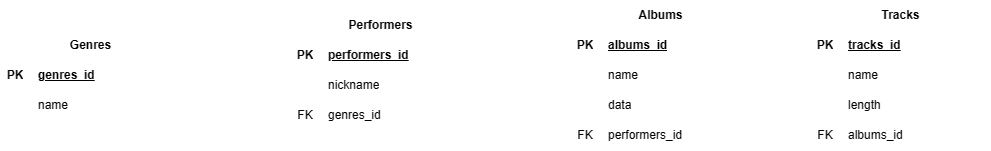
Before: Diagramm.drawio.png, a diagram exported from draw.io (SEREGA4332/DZ). Source tidied: cells renumbered, new cells last; positions are measured from the earlier drawing's top-left corner, leaving out a move shared by most shapes.
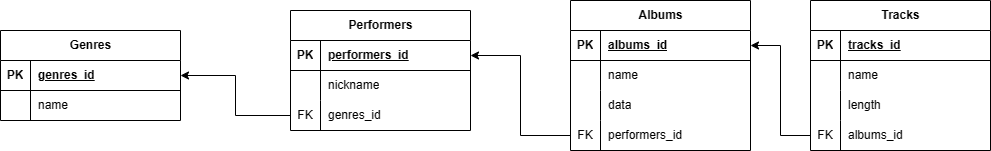
The same file after the commit.

Change to the diagram source:
```diff
@@ -2,142 +2,142 @@
   <root>
     <mxCell id="0" />
     <mxCell id="1" parent="0" />
-    <mxCell id="2" value="Genres" style="shape=table;startSize=30;rowLines=0;fontStyle=1;align=center;html=1;strokeColor=#FFFFFF;" parent="1" vertex="1">
+    <mxCell id="2" value="Genres" style="shape=table;startSize=30;rowLines=0;fontStyle=1;align=center;html=1;strokeColor=#000000;" parent="1" vertex="1">
       <mxGeometry y="30" width="180" height="90" as="geometry" />
     </mxCell>
-    <mxCell id="3" style="shape=tableRow;horizontal=0;startSize=0;swimlaneHead=0;swimlaneBody=0;fillColor=none;points=[[0,0.5],[1,0.5]];portConstraint=eastwest;top=0;left=0;right=0;bottom=1;strokeColor=#FFFFFF;" parent="2" vertex="1">
+    <mxCell id="3" style="shape=tableRow;horizontal=0;startSize=0;swimlaneHead=0;swimlaneBody=0;fillColor=none;points=[[0,0.5],[1,0.5]];portConstraint=eastwest;top=0;left=0;right=0;bottom=1;strokeColor=#000000;" parent="2" vertex="1">
       <mxGeometry y="30" width="180" height="30" as="geometry" />
     </mxCell>
-    <mxCell id="4" value="PK" style="shape=partialRectangle;fillColor=none;top=0;left=0;bottom=0;right=0;fontStyle=1;overflow=hidden;whiteSpace=wrap;html=1;strokeColor=#FFFFFF;" parent="3" vertex="1">
+    <mxCell id="4" value="PK" style="shape=partialRectangle;fillColor=none;top=0;left=0;bottom=0;right=0;fontStyle=1;overflow=hidden;whiteSpace=wrap;html=1;strokeColor=#000000;" parent="3" vertex="1">
       <mxGeometry width="30" height="30" as="geometry" />
     </mxCell>
-    <mxCell id="5" value="genres_id" style="shape=partialRectangle;fillColor=none;top=0;left=0;bottom=0;right=0;align=left;spacingLeft=6;fontStyle=5;overflow=hidden;whiteSpace=wrap;html=1;strokeColor=#FFFFFF;" parent="3" vertex="1">
+    <mxCell id="5" value="genres_id" style="shape=partialRectangle;fillColor=none;top=0;left=0;bottom=0;right=0;align=left;spacingLeft=6;fontStyle=5;overflow=hidden;whiteSpace=wrap;html=1;strokeColor=#000000;" parent="3" vertex="1">
       <mxGeometry x="30" width="150" height="30" as="geometry" />
     </mxCell>
-    <mxCell id="6" style="shape=tableRow;horizontal=0;startSize=0;swimlaneHead=0;swimlaneBody=0;fillColor=none;top=0;left=0;right=0;bottom=0;strokeColor=#FFFFFF;" parent="2" vertex="1">
+    <mxCell id="6" style="shape=tableRow;horizontal=0;startSize=0;swimlaneHead=0;swimlaneBody=0;fillColor=none;top=0;left=0;right=0;bottom=0;strokeColor=#000000;" parent="2" vertex="1">
       <mxGeometry y="60" width="180" height="30" as="geometry" />
     </mxCell>
-    <mxCell id="7" style="shape=partialRectangle;fillColor=none;top=0;left=0;bottom=0;right=0;overflow=hidden;whiteSpace=wrap;html=1;strokeColor=#FFFFFF;" parent="6" vertex="1">
+    <mxCell id="7" style="shape=partialRectangle;fillColor=none;top=0;left=0;bottom=0;right=0;overflow=hidden;whiteSpace=wrap;html=1;strokeColor=#000000;" parent="6" vertex="1">
       <mxGeometry width="30" height="30" as="geometry" />
     </mxCell>
-    <mxCell id="8" value="name" style="shape=partialRectangle;fillColor=none;top=0;left=0;bottom=0;right=0;align=left;spacingLeft=6;overflow=hidden;whiteSpace=wrap;html=1;strokeColor=#FFFFFF;" parent="6" vertex="1">
+    <mxCell id="8" value="name" style="shape=partialRectangle;fillColor=none;top=0;left=0;bottom=0;right=0;align=left;spacingLeft=6;overflow=hidden;whiteSpace=wrap;html=1;strokeColor=#000000;" parent="6" vertex="1">
       <mxGeometry x="30" width="150" height="30" as="geometry" />
     </mxCell>
-    <mxCell id="9" value="Performers" style="shape=table;startSize=30;rowLines=0;fontStyle=1;align=center;html=1;strokeColor=#FFFFFF;" parent="1" vertex="1">
+    <mxCell id="9" value="Performers" style="shape=table;startSize=30;rowLines=0;fontStyle=1;align=center;html=1;strokeColor=#000000;" parent="1" vertex="1">
       <mxGeometry x="290" y="10" width="180" height="120" as="geometry" />
     </mxCell>
-    <mxCell id="10" style="shape=tableRow;horizontal=0;startSize=0;swimlaneHead=0;swimlaneBody=0;fillColor=none;points=[[0,0.5],[1,0.5]];portConstraint=eastwest;top=0;left=0;right=0;bottom=1;strokeColor=#FFFFFF;" parent="9" vertex="1">
+    <mxCell id="10" style="shape=tableRow;horizontal=0;startSize=0;swimlaneHead=0;swimlaneBody=0;fillColor=none;points=[[0,0.5],[1,0.5]];portConstraint=eastwest;top=0;left=0;right=0;bottom=1;strokeColor=#000000;" parent="9" vertex="1">
       <mxGeometry y="30" width="180" height="30" as="geometry" />
     </mxCell>
-    <mxCell id="11" value="PK" style="shape=partialRectangle;fillColor=none;top=0;left=0;bottom=0;right=0;fontStyle=1;overflow=hidden;whiteSpace=wrap;html=1;strokeColor=#FFFFFF;" parent="10" vertex="1">
+    <mxCell id="11" value="PK" style="shape=partialRectangle;fillColor=none;top=0;left=0;bottom=0;right=0;fontStyle=1;overflow=hidden;whiteSpace=wrap;html=1;strokeColor=#000000;" parent="10" vertex="1">
       <mxGeometry width="30" height="30" as="geometry" />
     </mxCell>
-    <mxCell id="12" value="performers_id" style="shape=partialRectangle;fillColor=none;top=0;left=0;bottom=0;right=0;align=left;spacingLeft=6;fontStyle=5;overflow=hidden;whiteSpace=wrap;html=1;strokeColor=#FFFFFF;" parent="10" vertex="1">
+    <mxCell id="12" value="performers_id" style="shape=partialRectangle;fillColor=none;top=0;left=0;bottom=0;right=0;align=left;spacingLeft=6;fontStyle=5;overflow=hidden;whiteSpace=wrap;html=1;strokeColor=#000000;" parent="10" vertex="1">
       <mxGeometry x="30" width="150" height="30" as="geometry" />
     </mxCell>
-    <mxCell id="13" style="shape=tableRow;horizontal=0;startSize=0;swimlaneHead=0;swimlaneBody=0;fillColor=none;top=0;left=0;right=0;bottom=0;strokeColor=#FFFFFF;" parent="9" vertex="1">
+    <mxCell id="13" style="shape=tableRow;horizontal=0;startSize=0;swimlaneHead=0;swimlaneBody=0;fillColor=none;top=0;left=0;right=0;bottom=0;strokeColor=#000000;" parent="9" vertex="1">
       <mxGeometry y="60" width="180" height="30" as="geometry" />
     </mxCell>
-    <mxCell id="14" style="shape=partialRectangle;fillColor=none;top=0;left=0;bottom=0;right=0;overflow=hidden;whiteSpace=wrap;html=1;strokeColor=#FFFFFF;" parent="13" vertex="1">
+    <mxCell id="14" style="shape=partialRectangle;fillColor=none;top=0;left=0;bottom=0;right=0;overflow=hidden;whiteSpace=wrap;html=1;strokeColor=#000000;" parent="13" vertex="1">
       <mxGeometry width="30" height="30" as="geometry" />
     </mxCell>
-    <mxCell id="15" value="nickname" style="shape=partialRectangle;fillColor=none;top=0;left=0;bottom=0;right=0;align=left;spacingLeft=6;overflow=hidden;whiteSpace=wrap;html=1;strokeColor=#FFFFFF;" parent="13" vertex="1">
+    <mxCell id="15" value="nickname" style="shape=partialRectangle;fillColor=none;top=0;left=0;bottom=0;right=0;align=left;spacingLeft=6;overflow=hidden;whiteSpace=wrap;html=1;strokeColor=#000000;" parent="13" vertex="1">
       <mxGeometry x="30" width="150" height="30" as="geometry" />
     </mxCell>
-    <mxCell id="16" style="shape=tableRow;horizontal=0;startSize=0;swimlaneHead=0;swimlaneBody=0;fillColor=none;points=[[0,0.5],[1,0.5]];portConstraint=eastwest;top=0;left=0;right=0;bottom=0;strokeColor=#FFFFFF;" parent="9" vertex="1">
+    <mxCell id="16" style="shape=tableRow;horizontal=0;startSize=0;swimlaneHead=0;swimlaneBody=0;fillColor=none;points=[[0,0.5],[1,0.5]];portConstraint=eastwest;top=0;left=0;right=0;bottom=0;strokeColor=#000000;" parent="9" vertex="1">
       <mxGeometry y="90" width="180" height="30" as="geometry" />
     </mxCell>
-    <mxCell id="17" value="FK" style="shape=partialRectangle;fillColor=none;top=0;left=0;bottom=0;right=0;overflow=hidden;whiteSpace=wrap;html=1;strokeColor=#FFFFFF;" parent="16" vertex="1">
+    <mxCell id="17" value="FK" style="shape=partialRectangle;fillColor=none;top=0;left=0;bottom=0;right=0;overflow=hidden;whiteSpace=wrap;html=1;strokeColor=#000000;" parent="16" vertex="1">
       <mxGeometry width="30" height="30" as="geometry" />
     </mxCell>
-    <mxCell id="18" value="genres_id" style="shape=partialRectangle;fillColor=none;top=0;left=0;bottom=0;right=0;align=left;spacingLeft=6;overflow=hidden;whiteSpace=wrap;html=1;strokeColor=#FFFFFF;" parent="16" vertex="1">
+    <mxCell id="18" value="genres_id" style="shape=partialRectangle;fillColor=none;top=0;left=0;bottom=0;right=0;align=left;spacingLeft=6;overflow=hidden;whiteSpace=wrap;html=1;strokeColor=#000000;" parent="16" vertex="1">
       <mxGeometry x="30" width="150" height="30" as="geometry" />
     </mxCell>
-    <mxCell id="19" style="edgeStyle=orthogonalEdgeStyle;rounded=0;jettySize=auto;html=1;exitX=0;exitY=0.5;exitDx=0;exitDy=0;strokeColor=#FFFFFF;" parent="1" edge="1" source="16" target="3">
+    <mxCell id="19" style="edgeStyle=orthogonalEdgeStyle;rounded=0;jettySize=auto;html=1;exitX=0;exitY=0.5;exitDx=0;exitDy=0;strokeColor=#000000;" parent="1" edge="1" source="16" target="3">
       <mxGeometry relative="1" as="geometry" />
     </mxCell>
-    <mxCell id="20" value="Albums" style="shape=table;startSize=30;rowLines=0;fontStyle=1;align=center;html=1;strokeColor=#FFFFFF;" parent="1" vertex="1">
+    <mxCell id="20" value="Albums" style="shape=table;startSize=30;rowLines=0;fontStyle=1;align=center;html=1;strokeColor=#000000;" parent="1" vertex="1">
       <mxGeometry x="570" width="180" height="150" as="geometry" />
     </mxCell>
-    <mxCell id="21" style="shape=tableRow;horizontal=0;startSize=0;swimlaneHead=0;swimlaneBody=0;fillColor=none;points=[[0,0.5],[1,0.5]];portConstraint=eastwest;top=0;left=0;right=0;bottom=1;strokeColor=#FFFFFF;" parent="20" vertex="1">
+    <mxCell id="21" style="shape=tableRow;horizontal=0;startSize=0;swimlaneHead=0;swimlaneBody=0;fillColor=none;points=[[0,0.5],[1,0.5]];portConstraint=eastwest;top=0;left=0;right=0;bottom=1;strokeColor=#000000;" parent="20" vertex="1">
       <mxGeometry y="30" width="180" height="30" as="geometry" />
     </mxCell>
-    <mxCell id="22" value="PK" style="shape=partialRectangle;fillColor=none;top=0;left=0;bottom=0;right=0;fontStyle=1;overflow=hidden;whiteSpace=wrap;html=1;strokeColor=#FFFFFF;" parent="21" vertex="1">
+    <mxCell id="22" value="PK" style="shape=partialRectangle;fillColor=none;top=0;left=0;bottom=0;right=0;fontStyle=1;overflow=hidden;whiteSpace=wrap;html=1;strokeColor=#000000;" parent="21" vertex="1">
       <mxGeometry width="30" height="30" as="geometry" />
     </mxCell>
-    <mxCell id="23" value="albums_id" style="shape=partialRectangle;fillColor=none;top=0;left=0;bottom=0;right=0;align=left;spacingLeft=6;fontStyle=5;overflow=hidden;whiteSpace=wrap;html=1;strokeColor=#FFFFFF;" parent="21" vertex="1">
+    <mxCell id="23" value="albums_id" style="shape=partialRectangle;fillColor=none;top=0;left=0;bottom=0;right=0;align=left;spacingLeft=6;fontStyle=5;overflow=hidden;whiteSpace=wrap;html=1;strokeColor=#000000;" parent="21" vertex="1">
       <mxGeometry x="30" width="150" height="30" as="geometry" />
     </mxCell>
-    <mxCell id="24" style="shape=tableRow;horizontal=0;startSize=0;swimlaneHead=0;swimlaneBody=0;fillColor=none;top=0;left=0;right=0;bottom=0;strokeColor=#FFFFFF;" parent="20" vertex="1">
+    <mxCell id="24" style="shape=tableRow;horizontal=0;startSize=0;swimlaneHead=0;swimlaneBody=0;fillColor=none;top=0;left=0;right=0;bottom=0;strokeColor=#000000;" parent="20" vertex="1">
       <mxGeometry y="60" width="180" height="30" as="geometry" />
     </mxCell>
-    <mxCell id="25" style="shape=partialRectangle;fillColor=none;top=0;left=0;bottom=0;right=0;overflow=hidden;whiteSpace=wrap;html=1;strokeColor=#FFFFFF;" parent="24" vertex="1">
+    <mxCell id="25" style="shape=partialRectangle;fillColor=none;top=0;left=0;bottom=0;right=0;overflow=hidden;whiteSpace=wrap;html=1;strokeColor=#000000;" parent="24" vertex="1">
       <mxGeometry width="30" height="30" as="geometry" />
     </mxCell>
-    <mxCell id="26" value="name" style="shape=partialRectangle;fillColor=none;top=0;left=0;bottom=0;right=0;align=left;spacingLeft=6;overflow=hidden;whiteSpace=wrap;html=1;strokeColor=#FFFFFF;" parent="24" vertex="1">
+    <mxCell id="26" value="name" style="shape=partialRectangle;fillColor=none;top=0;left=0;bottom=0;right=0;align=left;spacingLeft=6;overflow=hidden;whiteSpace=wrap;html=1;strokeColor=#000000;" parent="24" vertex="1">
       <mxGeometry x="30" width="150" height="30" as="geometry" />
     </mxCell>
-    <mxCell id="27" style="shape=tableRow;horizontal=0;startSize=0;swimlaneHead=0;swimlaneBody=0;fillColor=none;top=0;left=0;right=0;bottom=0;strokeColor=#FFFFFF;" parent="20" vertex="1">
+    <mxCell id="27" style="shape=tableRow;horizontal=0;startSize=0;swimlaneHead=0;swimlaneBody=0;fillColor=none;top=0;left=0;right=0;bottom=0;strokeColor=#000000;" parent="20" vertex="1">
       <mxGeometry y="90" width="180" height="30" as="geometry" />
     </mxCell>
-    <mxCell id="28" style="shape=partialRectangle;fillColor=none;top=0;left=0;bottom=0;right=0;overflow=hidden;whiteSpace=wrap;html=1;strokeColor=#FFFFFF;" parent="27" vertex="1">
+    <mxCell id="28" style="shape=partialRectangle;fillColor=none;top=0;left=0;bottom=0;right=0;overflow=hidden;whiteSpace=wrap;html=1;strokeColor=#000000;" parent="27" vertex="1">
       <mxGeometry width="30" height="30" as="geometry" />
     </mxCell>
-    <mxCell id="29" value="data" style="shape=partialRectangle;fillColor=none;top=0;left=0;bottom=0;right=0;align=left;spacingLeft=6;overflow=hidden;whiteSpace=wrap;html=1;strokeColor=#FFFFFF;" parent="27" vertex="1">
+    <mxCell id="29" value="data" style="shape=partialRectangle;fillColor=none;top=0;left=0;bottom=0;right=0;align=left;spacingLeft=6;overflow=hidden;whiteSpace=wrap;html=1;strokeColor=#000000;" parent="27" vertex="1">
       <mxGeometry x="30" width="150" height="30" as="geometry" />
     </mxCell>
-    <mxCell id="30" style="shape=tableRow;horizontal=0;startSize=0;swimlaneHead=0;swimlaneBody=0;fillColor=none;points=[[0,0.5],[1,0.5]];portConstraint=eastwest;top=0;left=0;right=0;bottom=0;strokeColor=#FFFFFF;" parent="20" vertex="1">
+    <mxCell id="30" style="shape=tableRow;horizontal=0;startSize=0;swimlaneHead=0;swimlaneBody=0;fillColor=none;points=[[0,0.5],[1,0.5]];portConstraint=eastwest;top=0;left=0;right=0;bottom=0;strokeColor=#000000;" parent="20" vertex="1">
       <mxGeometry y="120" width="180" height="30" as="geometry" />
     </mxCell>
-    <mxCell id="31" value="FK" style="shape=partialRectangle;fillColor=none;top=0;left=0;bottom=0;right=0;overflow=hidden;whiteSpace=wrap;html=1;strokeColor=#FFFFFF;" parent="30" vertex="1">
+    <mxCell id="31" value="FK" style="shape=partialRectangle;fillColor=none;top=0;left=0;bottom=0;right=0;overflow=hidden;whiteSpace=wrap;html=1;strokeColor=#000000;" parent="30" vertex="1">
       <mxGeometry width="30" height="30" as="geometry" />
     </mxCell>
-    <mxCell id="32" value="performers_id" style="shape=partialRectangle;fillColor=none;top=0;left=0;bottom=0;right=0;align=left;spacingLeft=6;overflow=hidden;whiteSpace=wrap;html=1;strokeColor=#FFFFFF;" parent="30" vertex="1">
+    <mxCell id="32" value="performers_id" style="shape=partialRectangle;fillColor=none;top=0;left=0;bottom=0;right=0;align=left;spacingLeft=6;overflow=hidden;whiteSpace=wrap;html=1;strokeColor=#000000;" parent="30" vertex="1">
       <mxGeometry x="30" width="150" height="30" as="geometry" />
     </mxCell>
-    <mxCell id="33" style="edgeStyle=orthogonalEdgeStyle;rounded=0;jettySize=auto;html=1;exitX=0;exitY=0.5;exitDx=0;exitDy=0;entryX=1;entryY=0.5;entryDx=0;entryDy=0;strokeColor=#FFFFFF;" parent="1" edge="1" source="30" target="10">
+    <mxCell id="33" style="edgeStyle=orthogonalEdgeStyle;rounded=0;jettySize=auto;html=1;exitX=0;exitY=0.5;exitDx=0;exitDy=0;entryX=1;entryY=0.5;entryDx=0;entryDy=0;strokeColor=#000000;" parent="1" edge="1" source="30" target="10">
       <mxGeometry relative="1" as="geometry" />
     </mxCell>
-    <mxCell id="34" value="Tracks" style="shape=table;startSize=30;rowLines=0;fontStyle=1;align=center;html=1;strokeColor=#FFFFFF;" parent="1" vertex="1">
+    <mxCell id="34" value="Tracks" style="shape=table;startSize=30;rowLines=0;fontStyle=1;align=center;html=1;strokeColor=#000000;" parent="1" vertex="1">
       <mxGeometry x="810" width="180" height="150" as="geometry" />
     </mxCell>
-    <mxCell id="35" style="shape=tableRow;horizontal=0;startSize=0;swimlaneHead=0;swimlaneBody=0;fillColor=none;top=0;left=0;right=0;bottom=1;strokeColor=#FFFFFF;" parent="34" vertex="1">
+    <mxCell id="35" style="shape=tableRow;horizontal=0;startSize=0;swimlaneHead=0;swimlaneBody=0;fillColor=none;top=0;left=0;right=0;bottom=1;strokeColor=#000000;" parent="34" vertex="1">
       <mxGeometry y="30" width="180" height="30" as="geometry" />
     </mxCell>
-    <mxCell id="36" value="PK" style="shape=partialRectangle;fillColor=none;top=0;left=0;bottom=0;right=0;fontStyle=1;overflow=hidden;whiteSpace=wrap;html=1;strokeColor=#FFFFFF;" parent="35" vertex="1">
+    <mxCell id="36" value="PK" style="shape=partialRectangle;fillColor=none;top=0;left=0;bottom=0;right=0;fontStyle=1;overflow=hidden;whiteSpace=wrap;html=1;strokeColor=#000000;" parent="35" vertex="1">
       <mxGeometry width="30" height="30" as="geometry" />
     </mxCell>
-    <mxCell id="37" value="tracks_id" style="shape=partialRectangle;fillColor=none;top=0;left=0;bottom=0;right=0;align=left;spacingLeft=6;fontStyle=5;overflow=hidden;whiteSpace=wrap;html=1;strokeColor=#FFFFFF;" parent="35" vertex="1">
+    <mxCell id="37" value="tracks_id" style="shape=partialRectangle;fillColor=none;top=0;left=0;bottom=0;right=0;align=left;spacingLeft=6;fontStyle=5;overflow=hidden;whiteSpace=wrap;html=1;strokeColor=#000000;" parent="35" vertex="1">
       <mxGeometry x="30" width="150" height="30" as="geometry" />
     </mxCell>
-    <mxCell id="38" style="shape=tableRow;horizontal=0;startSize=0;swimlaneHead=0;swimlaneBody=0;fillColor=none;top=0;left=0;right=0;bottom=0;strokeColor=#FFFFFF;" parent="34" vertex="1">
+    <mxCell id="38" style="shape=tableRow;horizontal=0;startSize=0;swimlaneHead=0;swimlaneBody=0;fillColor=none;top=0;left=0;right=0;bottom=0;strokeColor=#000000;" parent="34" vertex="1">
       <mxGeometry y="60" width="180" height="30" as="geometry" />
     </mxCell>
-    <mxCell id="39" style="shape=partialRectangle;fillColor=none;top=0;left=0;bottom=0;right=0;overflow=hidden;whiteSpace=wrap;html=1;strokeColor=#FFFFFF;" parent="38" vertex="1">
+    <mxCell id="39" style="shape=partialRectangle;fillColor=none;top=0;left=0;bottom=0;right=0;overflow=hidden;whiteSpace=wrap;html=1;strokeColor=#000000;" parent="38" vertex="1">
       <mxGeometry width="30" height="30" as="geometry" />
     </mxCell>
-    <mxCell id="40" value="name" style="shape=partialRectangle;fillColor=none;top=0;left=0;bottom=0;right=0;align=left;spacingLeft=6;overflow=hidden;whiteSpace=wrap;html=1;strokeColor=#FFFFFF;" parent="38" vertex="1">
+    <mxCell id="40" value="name" style="shape=partialRectangle;fillColor=none;top=0;left=0;bottom=0;right=0;align=left;spacingLeft=6;overflow=hidden;whiteSpace=wrap;html=1;strokeColor=#000000;" parent="38" vertex="1">
       <mxGeometry x="30" width="150" height="30" as="geometry" />
     </mxCell>
-    <mxCell id="41" style="shape=tableRow;horizontal=0;startSize=0;swimlaneHead=0;swimlaneBody=0;fillColor=none;top=0;left=0;right=0;bottom=0;strokeColor=#FFFFFF;" parent="34" vertex="1">
+    <mxCell id="41" style="shape=tableRow;horizontal=0;startSize=0;swimlaneHead=0;swimlaneBody=0;fillColor=none;top=0;left=0;right=0;bottom=0;strokeColor=#000000;" parent="34" vertex="1">
       <mxGeometry y="90" width="180" height="30" as="geometry" />
     </mxCell>
-    <mxCell id="42" style="shape=partialRectangle;fillColor=none;top=0;left=0;bottom=0;right=0;overflow=hidden;whiteSpace=wrap;html=1;strokeColor=#FFFFFF;" parent="41" vertex="1">
+    <mxCell id="42" style="shape=partialRectangle;fillColor=none;top=0;left=0;bottom=0;right=0;overflow=hidden;whiteSpace=wrap;html=1;strokeColor=#000000;" parent="41" vertex="1">
       <mxGeometry width="30" height="30" as="geometry" />
     </mxCell>
-    <mxCell id="43" value="length" style="shape=partialRectangle;fillColor=none;top=0;left=0;bottom=0;right=0;align=left;spacingLeft=6;overflow=hidden;whiteSpace=wrap;html=1;strokeColor=#FFFFFF;" parent="41" vertex="1">
+    <mxCell id="43" value="length" style="shape=partialRectangle;fillColor=none;top=0;left=0;bottom=0;right=0;align=left;spacingLeft=6;overflow=hidden;whiteSpace=wrap;html=1;strokeColor=#000000;" parent="41" vertex="1">
       <mxGeometry x="30" width="150" height="30" as="geometry" />
     </mxCell>
-    <mxCell id="44" style="shape=tableRow;horizontal=0;startSize=0;swimlaneHead=0;swimlaneBody=0;fillColor=none;points=[[0,0.5],[1,0.5]];portConstraint=eastwest;top=0;left=0;right=0;bottom=0;strokeColor=#FFFFFF;" parent="34" vertex="1">
+    <mxCell id="44" style="shape=tableRow;horizontal=0;startSize=0;swimlaneHead=0;swimlaneBody=0;fillColor=none;points=[[0,0.5],[1,0.5]];portConstraint=eastwest;top=0;left=0;right=0;bottom=0;strokeColor=#000000;" parent="34" vertex="1">
       <mxGeometry y="120" width="180" height="30" as="geometry" />
     </mxCell>
-    <mxCell id="45" value="FK" style="shape=partialRectangle;fillColor=none;top=0;left=0;bottom=0;right=0;overflow=hidden;whiteSpace=wrap;html=1;strokeColor=#FFFFFF;" parent="44" vertex="1">
+    <mxCell id="45" value="FK" style="shape=partialRectangle;fillColor=none;top=0;left=0;bottom=0;right=0;overflow=hidden;whiteSpace=wrap;html=1;strokeColor=#000000;" parent="44" vertex="1">
       <mxGeometry width="30" height="30" as="geometry" />
     </mxCell>
-    <mxCell id="46" value="albums_id" style="shape=partialRectangle;fillColor=none;top=0;left=0;bottom=0;right=0;align=left;spacingLeft=6;overflow=hidden;whiteSpace=wrap;html=1;strokeColor=#FFFFFF;" parent="44" vertex="1">
+    <mxCell id="46" value="albums_id" style="shape=partialRectangle;fillColor=none;top=0;left=0;bottom=0;right=0;align=left;spacingLeft=6;overflow=hidden;whiteSpace=wrap;html=1;strokeColor=#000000;" parent="44" vertex="1">
       <mxGeometry x="30" width="150" height="30" as="geometry" />
     </mxCell>
-    <mxCell id="47" style="edgeStyle=orthogonalEdgeStyle;rounded=0;jettySize=auto;html=1;exitX=0;exitY=0.5;exitDx=0;exitDy=0;entryX=1;entryY=0.5;entryDx=0;entryDy=0;strokeColor=#FFFFFF;" parent="1" edge="1" source="44" target="21">
+    <mxCell id="47" style="edgeStyle=orthogonalEdgeStyle;rounded=0;jettySize=auto;html=1;exitX=0;exitY=0.5;exitDx=0;exitDy=0;entryX=1;entryY=0.5;entryDx=0;entryDy=0;strokeColor=#000000;" parent="1" edge="1" source="44" target="21">
       <mxGeometry relative="1" as="geometry" />
     </mxCell>
   </root>
```
